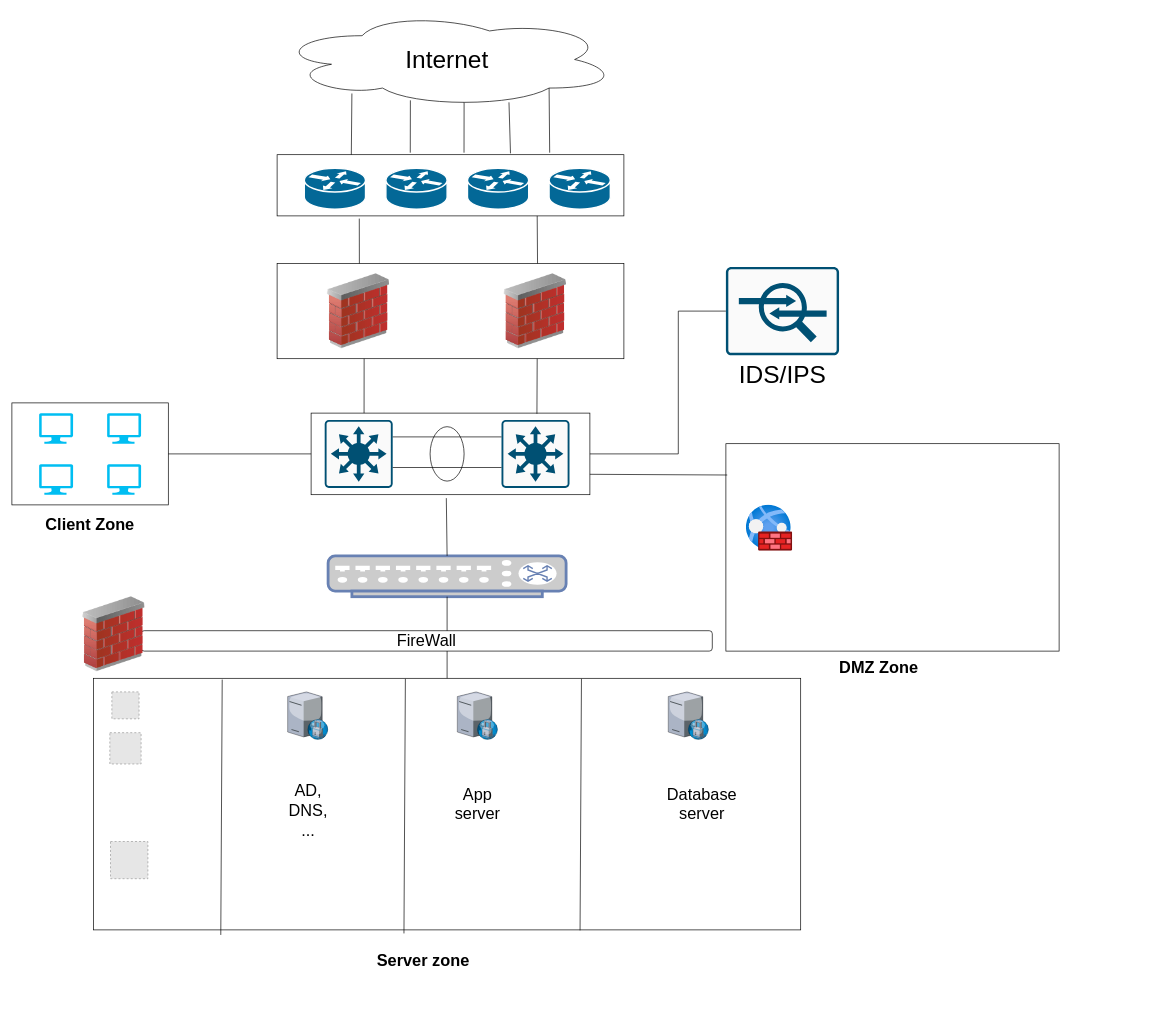
ManhKhoa1507/Temp keeps this draw.io diagram as page "Page-4" (4 of 4) of Untitled Diagram.drawio. Above is the earlier version. Source tidied: cells renumbered, new cells numbered last; positions are measured from the earlier drawing's top-left corner, leaving out a move shared by most shapes. Both pictures are drawn from the tidied source at 68%, with x=0, y=0 at pixel (12, 12). Pictures stored in the file or linked from it are replaced by grey dashed boxes.
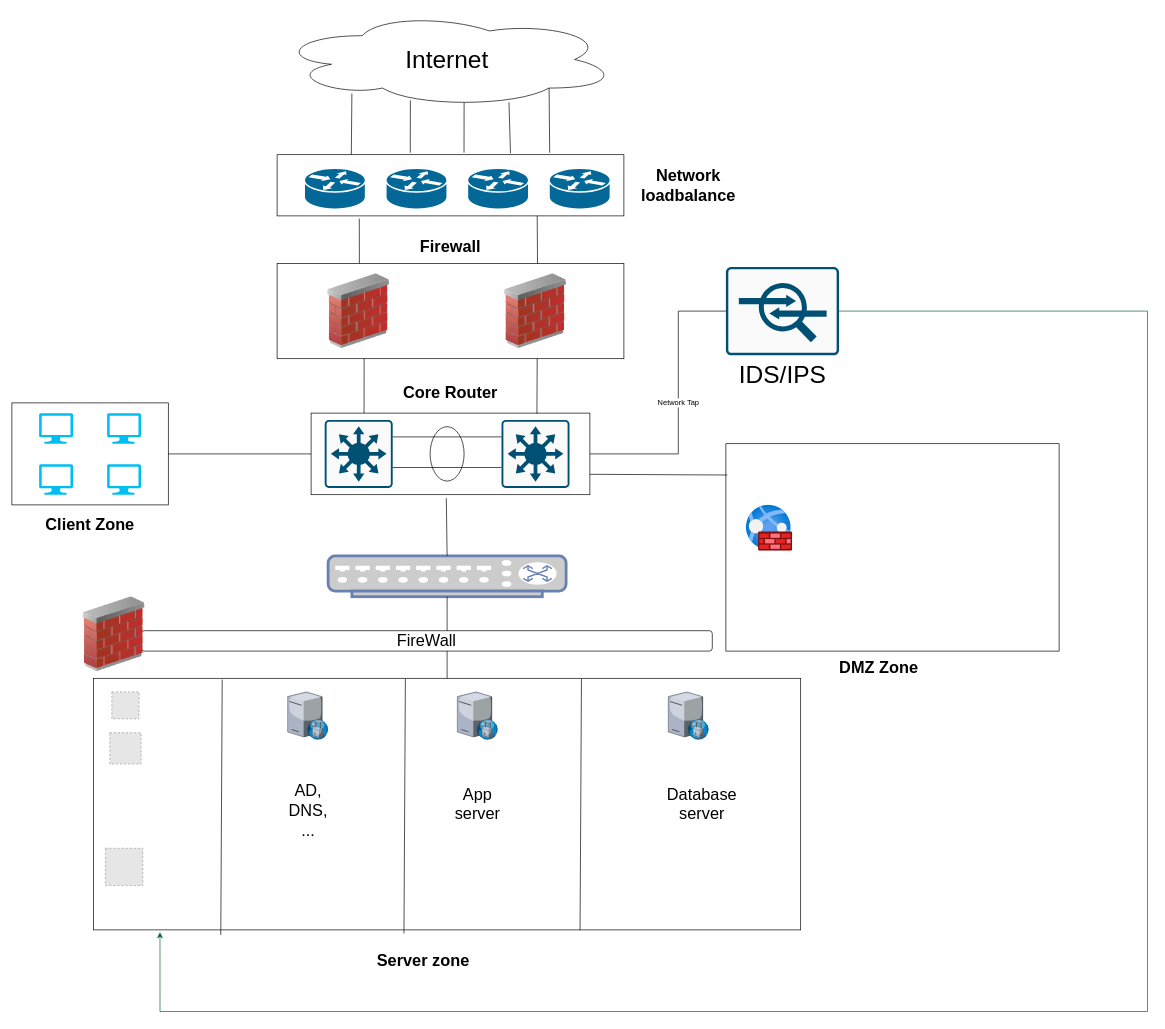
After the change.

Unchanged cells that the change refers to:
```xml
<mxCell id="2" style="rounded=0;whiteSpace=wrap;html=1;fontSize=36;" parent="1" vertex="1">
  <mxGeometry x="440" y="590" width="410" height="120" as="geometry" />
</mxCell>
<mxCell id="24" value="IDS/IPS" style="sketch=0;points=[[0.015,0.015,0],[0.985,0.015,0],[0.985,0.985,0],[0.015,0.985,0],[0.25,0,0],[0.5,0,0],[0.75,0,0],[1,0.25,0],[1,0.5,0],[1,0.75,0],[0.75,1,0],[0.5,1,0],[0.25,1,0],[0,0.75,0],[0,0.5,0],[0,0.25,0]];verticalLabelPosition=bottom;html=1;verticalAlign=top;align=center;shape=mxgraph.cisco19.rect;prIcon=ips_ids;fillColor=#FAFAFA;strokeColor=#005073;fontSize=36;" parent="1" vertex="1">
  <mxGeometry x="1050" y="375" width="166.4" height="130" as="geometry" />
</mxCell>
<mxCell id="40" style="rounded=0;whiteSpace=wrap;html=1;fontSize=24;" parent="1" vertex="1">
  <mxGeometry x="120" y="980" width="1040" height="370" as="geometry" />
</mxCell>
```

Change to the diagram source:
```diff
@@
+    <mxCell id="58" style="edgeStyle=orthogonalEdgeStyle;rounded=0;jettySize=auto;html=1;exitX=1;exitY=0.5;exitDx=0;exitDy=0;exitPerimeter=0;entryX=0.094;entryY=1.009;entryDx=0;entryDy=0;entryPerimeter=0;strokeColor=#006633;" parent="1" edge="1" source="24" target="40">
+      <mxGeometry relative="1" as="geometry">
+        <Array as="points">
+          <mxPoint x="1670" y="440" />
+          <mxPoint x="1670" y="1470" />
+          <mxPoint x="218" y="1470" />
+        </Array>
+      </mxGeometry>
+    </mxCell>
@@
-    <mxCell id="25" style="endArrow=none;html=1;rounded=0;entryX=0;entryY=0.5;entryDx=0;entryDy=0;entryPerimeter=0;exitX=1;exitY=0.5;exitDx=0;exitDy=0;" parent="1" edge="1" source="2" target="24">
+    <mxCell id="25" value="Network Tap" style="endArrow=none;html=1;rounded=0;entryX=0;entryY=0.5;entryDx=0;entryDy=0;entryPerimeter=0;exitX=1;exitY=0.5;exitDx=0;exitDy=0;" parent="1" edge="1" source="2" target="24">
       <mxGeometry relative="1" as="geometry">
         <Array as="points">
           <mxPoint x="980" y="650" />
           <mxPoint x="980" y="440" />
         </Array>
       </mxGeometry>
     </mxCell>
@@
     <mxCell id="49" style="fillColor=#E6E6E6;strokeColor=#999999;dashed=1;verticalLabelPosition=bottom;labelBackgroundColor=default;verticalAlign=top;" parent="1" vertex="1">
-      <mxGeometry x="145" y="1220" width="55" height="54.7" as="geometry" />
+      <mxGeometry x="137.5" y="1230" width="55" height="54.7" as="geometry" />
     </mxCell>
@@
+    <mxCell id="59" value="&lt;font style=&quot;font-size: 24px;&quot;&gt;&lt;b&gt;Core Router&lt;/b&gt;&lt;/font&gt;" style="text;html=1;strokeColor=none;fillColor=none;align=center;verticalAlign=middle;whiteSpace=wrap;rounded=0;" parent="1" vertex="1">
+      <mxGeometry x="570" y="545" width="150" height="30" as="geometry" />
+    </mxCell>
+    <mxCell id="60" value="&lt;font style=&quot;font-size: 24px;&quot;&gt;&lt;b&gt;Firewall&lt;/b&gt;&lt;/font&gt;" style="text;html=1;strokeColor=none;fillColor=none;align=center;verticalAlign=middle;whiteSpace=wrap;rounded=0;" parent="1" vertex="1">
+      <mxGeometry x="570" y="330" width="150" height="30" as="geometry" />
+    </mxCell>
+    <mxCell id="61" value="&lt;font style=&quot;font-size: 24px;&quot;&gt;&lt;b&gt;Network loadbalance&lt;/b&gt;&lt;/font&gt;" style="text;html=1;strokeColor=none;fillColor=none;align=center;verticalAlign=middle;whiteSpace=wrap;rounded=0;" parent="1" vertex="1">
+      <mxGeometry x="920" y="240" width="150" height="30" as="geometry" />
+    </mxCell>
```
